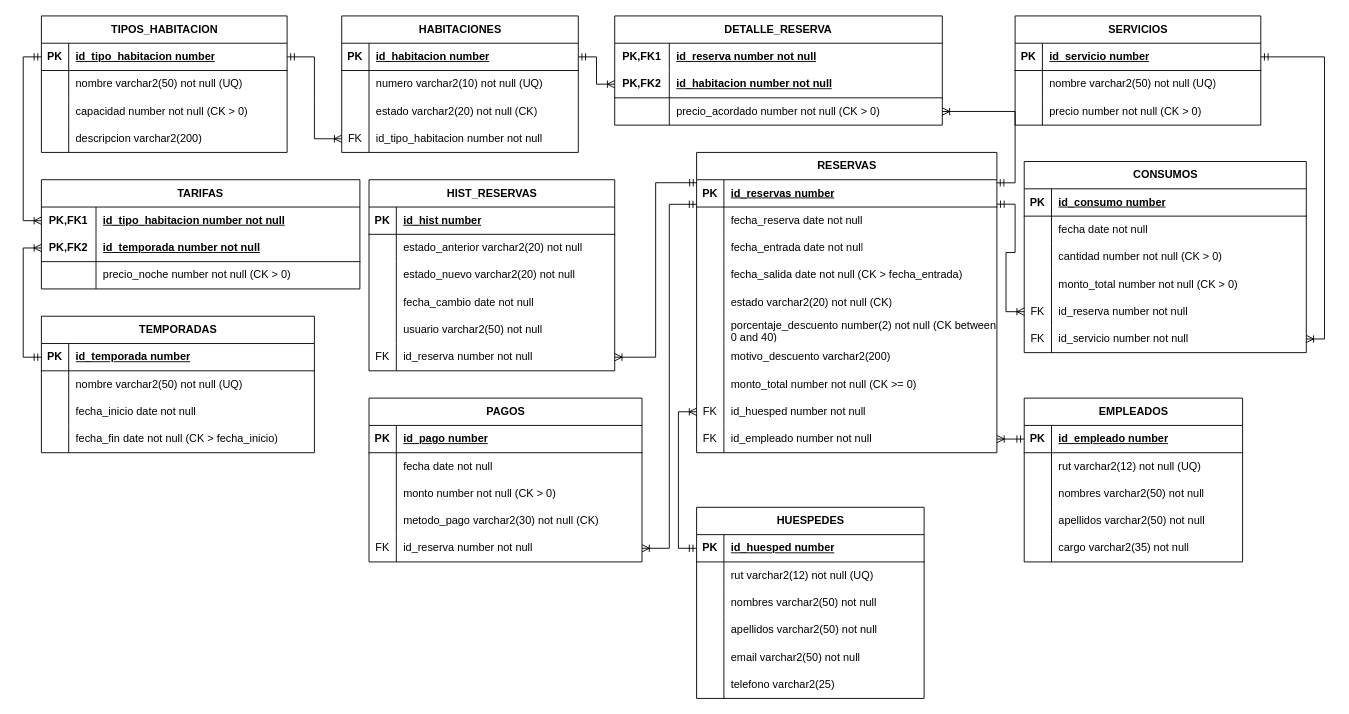
The draw.io diagram G11_Modelo_Relacional .drawio in byronma-ui/hotel-costa-pacifico, before the edit. Source tidied: cells renumbered, new cells numbered last; positions are measured from the earlier drawing's top-left corner, leaving out a move shared by most shapes. Both pictures are drawn from the tidied source at 91%, with x=0, y=0 at pixel (41, 15).
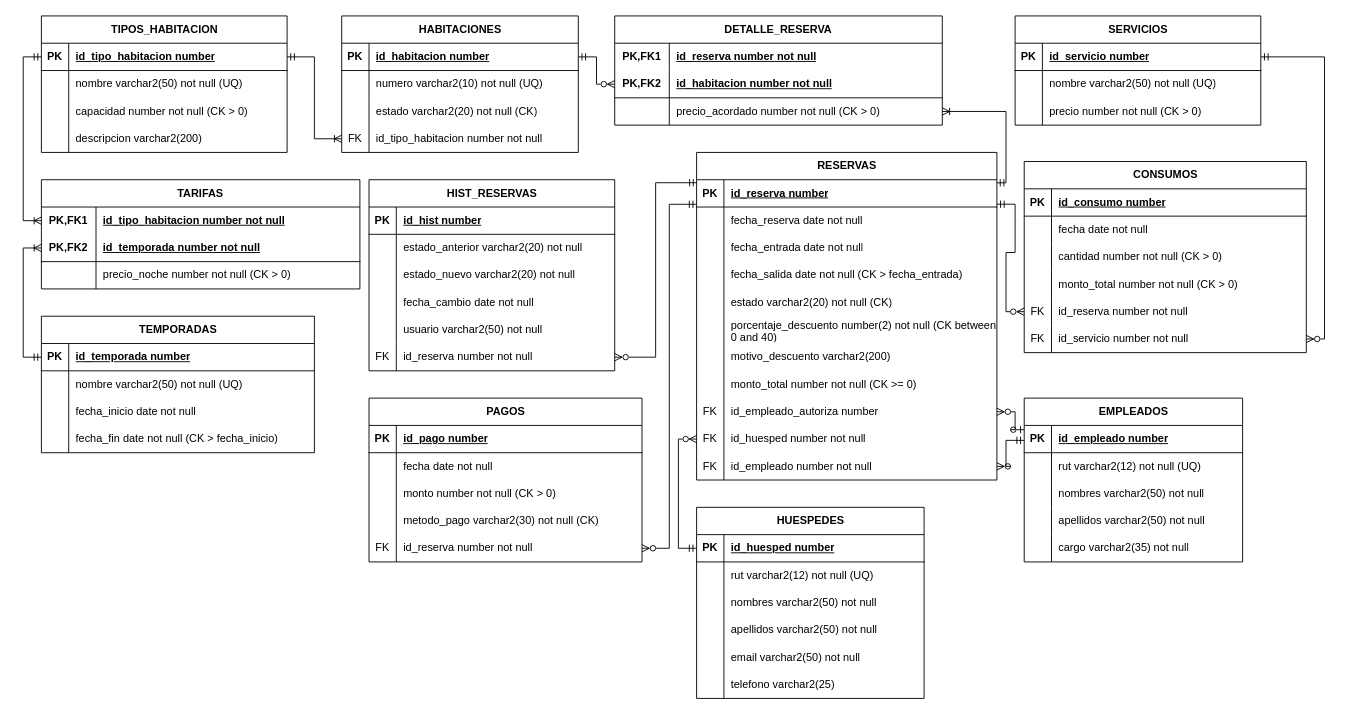
Above is the later version.

The change refers to these unchanged cells:
```xml
<mxCell id="39" style="shape=tableRow;horizontal=0;startSize=0;swimlaneHead=0;swimlaneBody=0;fillColor=none;points=[[0,0.5],[1,0.5]];portConstraint=eastwest;top=0;left=0;right=0;bottom=1;" parent="38" vertex="1">
  <mxGeometry y="30" width="260" height="30" as="geometry" />
</mxCell>
<mxCell id="67" style="shape=tableRow;horizontal=0;startSize=0;swimlaneHead=0;swimlaneBody=0;fillColor=none;points=[[0,0.5],[1,0.5]];portConstraint=eastwest;top=0;left=0;right=0;bottom=0;" parent="51" vertex="1">
  <mxGeometry y="180" width="270" height="30" as="geometry" />
</mxCell>
<mxCell id="83" style="shape=tableRow;horizontal=0;startSize=0;swimlaneHead=0;swimlaneBody=0;fillColor=none;points=[[0,0.5],[1,0.5]];portConstraint=eastwest;top=0;left=0;right=0;bottom=0;" parent="70" vertex="1">
  <mxGeometry y="150" width="300" height="30" as="geometry" />
</mxCell>
<mxCell id="90" style="shape=tableRow;horizontal=0;startSize=0;swimlaneHead=0;swimlaneBody=0;fillColor=none;points=[[0,0.5],[1,0.5]];portConstraint=eastwest;top=0;left=0;right=0;bottom=1;html=1;" parent="86" vertex="1">
  <mxGeometry y="60" width="360" height="30" as="geometry" />
</mxCell>
<mxCell id="93" style="shape=tableRow;horizontal=0;startSize=0;swimlaneHead=0;swimlaneBody=0;fillColor=none;points=[[0,0.5],[1,0.5]];portConstraint=eastwest;top=0;left=0;right=0;bottom=0;html=1;" parent="86" vertex="1">
  <mxGeometry y="90" width="360" height="30" as="geometry" />
</mxCell>
<mxCell id="97" style="shape=tableRow;horizontal=0;startSize=0;swimlaneHead=0;swimlaneBody=0;fillColor=none;points=[[0,0.5],[1,0.5]];portConstraint=eastwest;top=0;left=0;right=0;bottom=1;" parent="96" vertex="1">
  <mxGeometry y="30" width="330" height="30" as="geometry" />
</mxCell>
<mxCell id="128" style="shape=tableRow;horizontal=0;startSize=0;swimlaneHead=0;swimlaneBody=0;fillColor=none;points=[[0,0.5],[1,0.5]];portConstraint=eastwest;top=0;left=0;right=0;bottom=1;" parent="127" vertex="1">
  <mxGeometry y="30" width="250" height="30" as="geometry" />
</mxCell>
<mxCell id="147" style="shape=tableRow;horizontal=0;startSize=0;swimlaneHead=0;swimlaneBody=0;fillColor=none;points=[[0,0.5],[1,0.5]];portConstraint=eastwest;top=0;left=0;right=0;bottom=1;" parent="146" vertex="1">
  <mxGeometry y="30" width="270" height="30" as="geometry" />
</mxCell>
<mxCell id="169" style="shape=tableRow;horizontal=0;startSize=0;swimlaneHead=0;swimlaneBody=0;fillColor=none;points=[[0,0.5],[1,0.5]];portConstraint=eastwest;top=0;left=0;right=0;bottom=0;" parent="156" vertex="1">
  <mxGeometry y="150" width="310" height="30" as="geometry" />
</mxCell>
<mxCell id="172" style="shape=tableRow;horizontal=0;startSize=0;swimlaneHead=0;swimlaneBody=0;fillColor=none;points=[[0,0.5],[1,0.5]];portConstraint=eastwest;top=0;left=0;right=0;bottom=0;" parent="156" vertex="1">
  <mxGeometry y="180" width="310" height="30" as="geometry" />
</mxCell>
<mxCell id="176" style="shape=tableRow;horizontal=0;startSize=0;swimlaneHead=0;swimlaneBody=0;fillColor=none;points=[[0,0.5],[1,0.5]];portConstraint=eastwest;top=0;left=0;right=0;bottom=1;" parent="175" vertex="1">
  <mxGeometry y="30" width="240" height="30" as="geometry" />
</mxCell>
```

The edit, as a diff of the source:
```diff
@@
     <mxCell id="96" value="RESERVAS" style="shape=table;startSize=30;childLayout=tableLayout;rowLines=0;fontStyle=1;align=center;html=1;" parent="1" vertex="1">
-      <mxGeometry x="720" y="150" width="330" height="330" as="geometry" />
+      <mxGeometry x="720" y="150" width="330" height="360" as="geometry" />
     </mxCell>
@@
-    <mxCell id="99" value="id_reservas number" style="shape=partialRectangle;fillColor=none;top=0;left=0;bottom=0;right=0;align=left;spacingLeft=6;fontStyle=5;overflow=hidden;whiteSpace=wrap;html=1;" parent="97" vertex="1">
+    <mxCell id="99" value="id_reserva number" style="shape=partialRectangle;fillColor=none;top=0;left=0;bottom=0;right=0;align=left;spacingLeft=6;fontStyle=5;overflow=hidden;whiteSpace=wrap;html=1;" parent="97" vertex="1">
       <mxGeometry x="30" width="300" height="30" as="geometry" />
     </mxCell>
@@
+    <mxCell id="202" style="shape=tableRow;horizontal=0;startSize=0;swimlaneHead=0;swimlaneBody=0;fillColor=none;points=[[0,0.5],[1,0.5]];portConstraint=eastwest;top=0;left=0;right=0;bottom=0;" parent="96" vertex="1">
+      <mxGeometry y="270" width="330" height="30" as="geometry" />
+    </mxCell>
+    <mxCell id="203" value="FK" style="shape=partialRectangle;fillColor=none;top=0;left=0;bottom=0;right=0;overflow=hidden;whiteSpace=wrap;html=1;" parent="202" vertex="1">
+      <mxGeometry width="30" height="30" as="geometry" />
+    </mxCell>
+    <mxCell id="204" value="id_empleado_autoriza number&amp;nbsp;" style="shape=partialRectangle;fillColor=none;top=0;left=0;bottom=0;right=0;align=left;spacingLeft=6;overflow=hidden;whiteSpace=wrap;html=1;" parent="202" vertex="1">
+      <mxGeometry x="30" width="300" height="30" as="geometry" />
+    </mxCell>
     <mxCell id="121" style="shape=tableRow;horizontal=0;startSize=0;swimlaneHead=0;swimlaneBody=0;fillColor=none;points=[[0,0.5],[1,0.5]];portConstraint=eastwest;top=0;left=0;right=0;bottom=0;" parent="96" vertex="1">
-      <mxGeometry y="270" width="330" height="30" as="geometry" />
+      <mxGeometry y="300" width="330" height="30" as="geometry" />
     </mxCell>
@@
     <mxCell id="124" style="shape=tableRow;horizontal=0;startSize=0;swimlaneHead=0;swimlaneBody=0;fillColor=none;points=[[0,0.5],[1,0.5]];portConstraint=eastwest;top=0;left=0;right=0;bottom=0;" parent="96" vertex="1">
-      <mxGeometry y="300" width="330" height="30" as="geometry" />
+      <mxGeometry y="330" width="330" height="30" as="geometry" />
     </mxCell>
@@
-    <mxCell id="194" style="edgeStyle=orthogonalEdgeStyle;rounded=0;jettySize=auto;html=1;entryX=0;entryY=0.5;entryDx=0;entryDy=0;defaultLabelBackgroundColor=page;labelPadding=0 4;startArrow=ERmandOne;startFill=0;endArrow=ERoneToMany;endFill=0;exitX=1;exitY=0.5;exitDx=0;exitDy=0;" parent="1" edge="1" source="39" target="90">
+    <mxCell id="194" style="edgeStyle=orthogonalEdgeStyle;rounded=0;jettySize=auto;html=1;entryX=0;entryY=0.5;entryDx=0;entryDy=0;defaultLabelBackgroundColor=page;labelPadding=0 4;startArrow=ERmandOne;startFill=0;endArrow=ERzeroToMany;endFill=0;exitX=1;exitY=0.5;exitDx=0;exitDy=0;" parent="1" edge="1" source="39" target="90">
       <mxGeometry relative="1" as="geometry" />
     </mxCell>
-    <mxCell id="195" style="edgeStyle=orthogonalEdgeStyle;rounded=0;jettySize=auto;html=1;entryX=1;entryY=0.5;entryDx=0;entryDy=0;defaultLabelBackgroundColor=page;labelPadding=0 4;startArrow=ERmandOne;startFill=0;endArrow=ERoneToMany;endFill=0;exitX=0.001;exitY=0.11;exitDx=0;exitDy=0;exitPerimeter=0;" parent="1" edge="1" source="97" target="67">
+    <mxCell id="195" style="edgeStyle=orthogonalEdgeStyle;rounded=0;jettySize=auto;html=1;entryX=1;entryY=0.5;entryDx=0;entryDy=0;defaultLabelBackgroundColor=page;labelPadding=0 4;startArrow=ERmandOne;startFill=0;endArrow=ERzeroToMany;endFill=0;exitX=0.001;exitY=0.11;exitDx=0;exitDy=0;exitPerimeter=0;" parent="1" edge="1" source="97" target="67">
       <mxGeometry x="-0.75" relative="1" as="geometry" />
     </mxCell>
-    <mxCell id="196" style="edgeStyle=orthogonalEdgeStyle;rounded=0;jettySize=auto;html=1;entryX=1;entryY=0.5;entryDx=0;entryDy=0;defaultLabelBackgroundColor=page;labelPadding=0 4;startArrow=ERmandOne;startFill=0;endArrow=ERoneToMany;endFill=0;exitX=0;exitY=0.901;exitDx=0;exitDy=0;exitPerimeter=0;" parent="1" edge="1" source="97" target="83">
+    <mxCell id="196" style="edgeStyle=orthogonalEdgeStyle;rounded=0;jettySize=auto;html=1;entryX=1;entryY=0.5;entryDx=0;entryDy=0;defaultLabelBackgroundColor=page;labelPadding=0 4;startArrow=ERmandOne;startFill=0;endArrow=ERzeroToMany;endFill=0;exitX=0;exitY=0.901;exitDx=0;exitDy=0;exitPerimeter=0;" parent="1" edge="1" source="97" target="83">
       <mxGeometry x="0.54" relative="1" as="geometry" />
     </mxCell>
-    <mxCell id="197" style="edgeStyle=orthogonalEdgeStyle;rounded=0;jettySize=auto;html=1;defaultLabelBackgroundColor=page;labelPadding=0 4;startArrow=ERmandOne;startFill=0;endArrow=ERoneToMany;endFill=0;exitX=0;exitY=0.5;exitDx=0;exitDy=0;entryX=0;entryY=0.5;entryDx=0;entryDy=0;" parent="1" edge="1" source="128" target="121">
+    <mxCell id="197" style="edgeStyle=orthogonalEdgeStyle;rounded=0;jettySize=auto;html=1;defaultLabelBackgroundColor=page;labelPadding=0 4;startArrow=ERmandOne;startFill=0;endArrow=ERzeroToMany;endFill=0;exitX=0;exitY=0.5;exitDx=0;exitDy=0;entryX=0;entryY=0.5;entryDx=0;entryDy=0;" parent="1" edge="1" source="128" target="121">
       <mxGeometry x="0.12" relative="1" as="geometry" />
     </mxCell>
-    <mxCell id="198" style="edgeStyle=orthogonalEdgeStyle;rounded=0;jettySize=auto;html=1;entryX=1;entryY=0.5;entryDx=0;entryDy=0;defaultLabelBackgroundColor=page;labelPadding=0 4;startArrow=ERmandOne;startFill=0;endArrow=ERoneToMany;endFill=0;exitX=0;exitY=0.5;exitDx=0;exitDy=0;" parent="1" edge="1" source="176" target="124">
+    <mxCell id="198" style="edgeStyle=orthogonalEdgeStyle;rounded=0;jettySize=auto;html=1;entryX=1;entryY=0.5;entryDx=0;entryDy=0;defaultLabelBackgroundColor=page;labelPadding=0 4;startArrow=ERmandOne;startFill=0;endArrow=ERzeroToMany;endFill=0;exitX=0;exitY=0.548;exitDx=0;exitDy=0;exitPerimeter=0;" parent="1" edge="1" source="176" target="124">
       <mxGeometry x="0.41" relative="1" as="geometry" />
     </mxCell>
-    <mxCell id="199" style="edgeStyle=orthogonalEdgeStyle;rounded=0;jettySize=auto;html=1;entryX=0;entryY=0.5;entryDx=0;entryDy=0;defaultLabelBackgroundColor=page;labelPadding=0 4;startArrow=ERmandOne;startFill=0;endArrow=ERoneToMany;endFill=0;exitX=1;exitY=0.896;exitDx=0;exitDy=0;exitPerimeter=0;" parent="1" edge="1" source="97" target="169">
+    <mxCell id="199" style="edgeStyle=orthogonalEdgeStyle;rounded=0;jettySize=auto;html=1;entryX=0;entryY=0.5;entryDx=0;entryDy=0;defaultLabelBackgroundColor=page;labelPadding=0 4;startArrow=ERmandOne;startFill=0;endArrow=ERzeroToMany;endFill=0;exitX=1;exitY=0.896;exitDx=0;exitDy=0;exitPerimeter=0;" parent="1" edge="1" source="97" target="169">
       <mxGeometry x="0.76" relative="1" as="geometry" />
     </mxCell>
     <mxCell id="200" style="edgeStyle=orthogonalEdgeStyle;rounded=0;jettySize=auto;html=1;defaultLabelBackgroundColor=page;labelPadding=0 4;entryX=1;entryY=0.5;entryDx=0;entryDy=0;startArrow=ERmandOne;startFill=0;endArrow=ERoneToMany;endFill=0;exitX=0.999;exitY=0.114;exitDx=0;exitDy=0;exitPerimeter=0;" parent="1" edge="1" source="97" target="93">
-      <mxGeometry x="-0.84" relative="1" as="geometry" />
+      <mxGeometry x="-0.84" relative="1" as="geometry">
+        <Array as="points">
+          <mxPoint x="1060" y="183.4" />
+          <mxPoint x="1060" y="105" />
+        </Array>
+      </mxGeometry>
     </mxCell>
-    <mxCell id="201" style="edgeStyle=orthogonalEdgeStyle;rounded=0;jettySize=auto;html=1;defaultLabelBackgroundColor=page;labelPadding=0 4;entryX=1;entryY=0.5;entryDx=0;entryDy=0;startArrow=ERmandOne;startFill=0;endArrow=ERoneToMany;endFill=0;exitX=1;exitY=0.5;exitDx=0;exitDy=0;" parent="1" edge="1" source="147" target="172">
+    <mxCell id="201" style="edgeStyle=orthogonalEdgeStyle;rounded=0;jettySize=auto;html=1;defaultLabelBackgroundColor=page;labelPadding=0 4;entryX=1;entryY=0.5;entryDx=0;entryDy=0;startArrow=ERmandOne;startFill=0;endArrow=ERzeroToMany;endFill=0;exitX=1;exitY=0.5;exitDx=0;exitDy=0;" parent="1" edge="1" source="147" target="172">
       <mxGeometry x="-0.69" relative="1" as="geometry" />
     </mxCell>
+    <mxCell id="205" style="rounded=0;jettySize=auto;html=1;entryX=1;entryY=0.5;entryDx=0;entryDy=0;defaultLabelBackgroundColor=page;labelPadding=0 4;startArrow=ERzeroToOne;startFill=0;endArrow=ERzeroToMany;endFill=0;exitX=0;exitY=0.156;exitDx=0;exitDy=0;exitPerimeter=0;edgeStyle=orthogonalEdgeStyle;" parent="1" edge="1" source="176" target="202">
+      <mxGeometry x="0.41" relative="1" as="geometry">
+        <Array as="points">
+          <mxPoint x="1070" y="454.7" />
+          <mxPoint x="1070" y="435" />
+        </Array>
+      </mxGeometry>
+    </mxCell>
```
